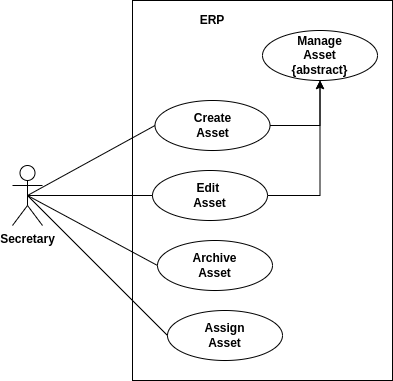
The draw.io diagram stadia/system-documentation/usecases/asset.drawio.png in Simonbelete/odoo-modules, before a commit. Source tidied: cells renumbered, new cells last; positions are measured from the earlier drawing's top-left corner, leaving out a move shared by most shapes.
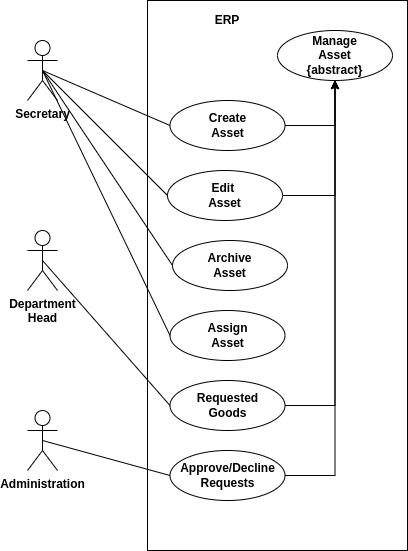
The same diagram one commit later.

Change to the diagram source:
```diff
@@ -3,7 +3,7 @@
     <mxCell id="0" />
     <mxCell id="1" parent="0" />
     <mxCell id="2" style="rounded=0;whiteSpace=wrap;html=1;" parent="1" vertex="1">
-      <mxGeometry x="120" width="260" height="380" as="geometry" />
+      <mxGeometry x="120" width="260" height="550" as="geometry" />
     </mxCell>
     <mxCell id="3" value="ERP" style="text;html=1;strokeColor=none;fillColor=none;align=center;verticalAlign=middle;whiteSpace=wrap;rounded=0;fontStyle=1;" parent="1" vertex="1">
       <mxGeometry x="140" y="10" width="120" height="20" as="geometry" />
@@ -27,7 +27,7 @@
       <mxGeometry relative="1" as="geometry" />
     </mxCell>
     <mxCell id="10" value="Secretary" style="shape=umlActor;verticalLabelPosition=bottom;labelBackgroundColor=#ffffff;verticalAlign=top;html=1;outlineConnect=0;fontStyle=1;" parent="1" vertex="1">
-      <mxGeometry y="165" width="30" height="60" as="geometry" />
+      <mxGeometry y="40" width="30" height="60" as="geometry" />
     </mxCell>
     <mxCell id="11" style="edgeStyle=none;jettySize=auto;html=1;exitX=0.5;exitY=0.5;exitDx=0;exitDy=0;exitPerimeter=0;entryX=0;entryY=0.5;entryDx=0;entryDy=0;endArrow=none;" parent="1" edge="1" source="10" target="8">
       <mxGeometry relative="1" as="geometry" />
@@ -39,10 +39,34 @@
       <mxGeometry x="145" y="240" width="115" height="50" as="geometry" />
     </mxCell>
     <mxCell id="14" value="Assign&lt;br&gt;Asset" style="ellipse;whiteSpace=wrap;html=1;fontStyle=1;align=center;horizontal=1;labelBackgroundColor=none;labelBorderColor=none;shadow=0;" parent="1" vertex="1">
-      <mxGeometry x="155" y="310" width="115" height="50" as="geometry" />
+      <mxGeometry x="142.5" y="310" width="115" height="50" as="geometry" />
     </mxCell>
     <mxCell id="15" style="edgeStyle=none;jettySize=auto;html=1;exitX=0.5;exitY=0.5;exitDx=0;exitDy=0;exitPerimeter=0;entryX=0;entryY=0.5;entryDx=0;entryDy=0;endArrow=none;" parent="1" edge="1" source="10" target="14">
       <mxGeometry relative="1" as="geometry" />
     </mxCell>
+    <mxCell id="16" value="Department&lt;br&gt;Head" style="shape=umlActor;verticalLabelPosition=bottom;labelBackgroundColor=#ffffff;verticalAlign=top;html=1;outlineConnect=0;fontStyle=1;" parent="1" vertex="1">
+      <mxGeometry y="230" width="30" height="60" as="geometry" />
+    </mxCell>
+    <mxCell id="17" style="edgeStyle=orthogonalEdgeStyle;rounded=0;jettySize=auto;html=1;exitX=1;exitY=0.5;exitDx=0;exitDy=0;entryX=0.5;entryY=1;entryDx=0;entryDy=0;" parent="1" edge="1" source="18" target="4">
+      <mxGeometry relative="1" as="geometry" />
+    </mxCell>
+    <mxCell id="18" value="Requested&lt;br&gt;Goods" style="ellipse;whiteSpace=wrap;html=1;fontStyle=1;align=center;horizontal=1;labelBackgroundColor=none;labelBorderColor=none;shadow=0;" parent="1" vertex="1">
+      <mxGeometry x="142.5" y="380" width="115" height="50" as="geometry" />
+    </mxCell>
+    <mxCell id="19" style="edgeStyle=none;jettySize=auto;html=1;exitX=0.5;exitY=0.5;exitDx=0;exitDy=0;exitPerimeter=0;entryX=0;entryY=0.5;entryDx=0;entryDy=0;endArrow=none;" parent="1" edge="1" source="16" target="18">
+      <mxGeometry relative="1" as="geometry" />
+    </mxCell>
+    <mxCell id="20" value="Administration" style="shape=umlActor;verticalLabelPosition=bottom;labelBackgroundColor=#ffffff;verticalAlign=top;html=1;outlineConnect=0;fontStyle=1;" parent="1" vertex="1">
+      <mxGeometry y="410" width="30" height="60" as="geometry" />
+    </mxCell>
+    <mxCell id="21" style="edgeStyle=orthogonalEdgeStyle;rounded=0;jettySize=auto;html=1;exitX=1;exitY=0.5;exitDx=0;exitDy=0;entryX=0.5;entryY=1;entryDx=0;entryDy=0;" parent="1" edge="1" source="22" target="4">
+      <mxGeometry relative="1" as="geometry" />
+    </mxCell>
+    <mxCell id="22" value="Approve/Decline&lt;br&gt;Requests" style="ellipse;whiteSpace=wrap;html=1;fontStyle=1;align=center;horizontal=1;labelBackgroundColor=none;labelBorderColor=none;shadow=0;" parent="1" vertex="1">
+      <mxGeometry x="142.5" y="450" width="115" height="50" as="geometry" />
+    </mxCell>
+    <mxCell id="23" style="edgeStyle=none;jettySize=auto;html=1;exitX=0.5;exitY=0.5;exitDx=0;exitDy=0;exitPerimeter=0;entryX=0;entryY=0.5;entryDx=0;entryDy=0;endArrow=none;" parent="1" edge="1" source="20" target="22">
+      <mxGeometry relative="1" as="geometry" />
+    </mxCell>
   </root>
 </mxGraphModel>
```
